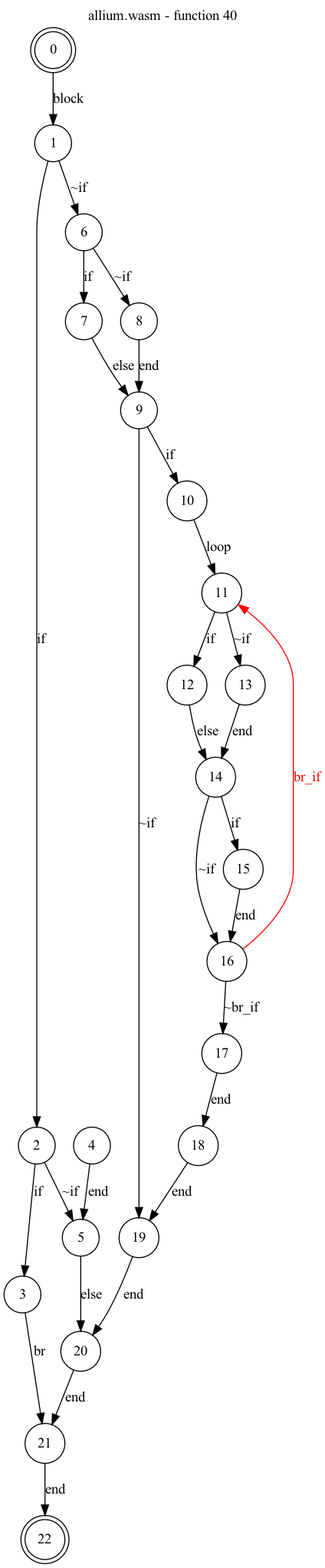
Above: test_cases/allium/funcs/allium-func40.png in jsCarleton/wanalyze (Graphviz), before the change. Its source is kept beside it as test_cases/allium/funcs/allium-func40.dot.
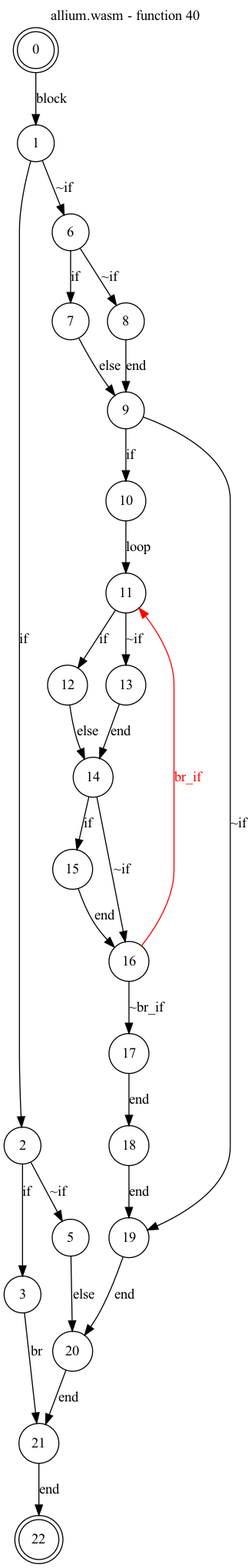
Later version of the same file.

Change to the diagram source:
```diff
@@ -12,7 +12,6 @@
     2 -> 3[label="if"];
     2 -> 5[label="~if"];
     3 -> 21[label="br"];
-    4 -> 5[label="end"];
     5 -> 20[label="else"];
     6 -> 7[label="if"];
     6 -> 8[label="~if"];
```
